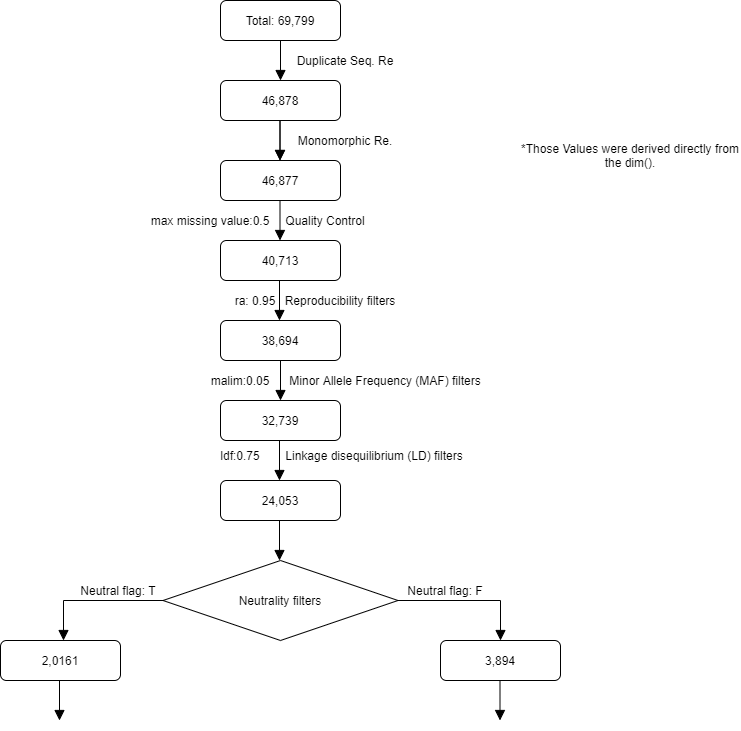
The draw.io diagram RESULTS/Diagram/Diagram_update.png in annabellisa/buffel_burning, before a commit. Source tidied: cells renumbered, new cells last; positions are measured from the earlier drawing's top-left corner, leaving out a move shared by most shapes.
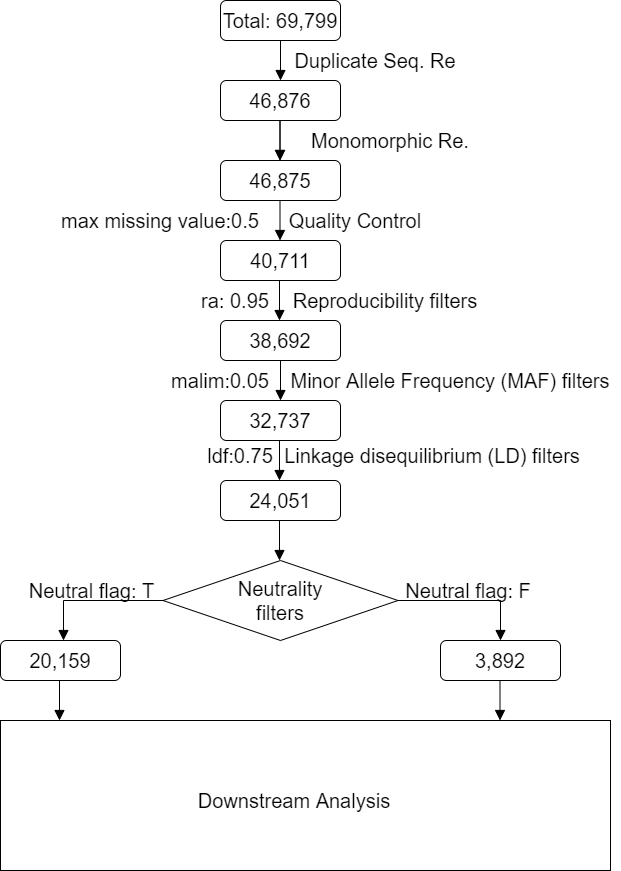
Above is the later version.

Diff of the diagram source:
```diff
@@ -2,97 +2,97 @@
   <root>
     <mxCell id="0" />
     <mxCell id="1" parent="0" />
-    <mxCell id="2" style="rounded=0;html=1;jettySize=auto;fontSize=11;endArrow=block;endFill=1;endSize=8;strokeWidth=1;shadow=0;labelBackgroundColor=none;edgeStyle=orthogonalEdgeStyle;entryX=0.5;entryY=0;entryDx=0;entryDy=0;" parent="1" edge="1" source="3" target="5">
+    <mxCell id="2" style="rounded=0;html=1;jettySize=auto;fontSize=20;endArrow=block;endFill=1;endSize=8;strokeWidth=1;shadow=0;labelBackgroundColor=none;edgeStyle=orthogonalEdgeStyle;entryX=0.5;entryY=0;entryDx=0;entryDy=0;" parent="1" edge="1" source="3" target="5">
       <mxGeometry relative="1" as="geometry" />
     </mxCell>
-    <mxCell id="3" value="Total: 69,799" style="rounded=1;whiteSpace=wrap;html=1;fontSize=12;glass=0;strokeWidth=1;shadow=0;" parent="1" vertex="1">
+    <mxCell id="3" value="Total: 69,799" style="rounded=1;whiteSpace=wrap;html=1;fontSize=20;glass=0;strokeWidth=1;shadow=0;" parent="1" vertex="1">
       <mxGeometry x="220" width="120" height="40" as="geometry" />
     </mxCell>
-    <mxCell id="4" value="46,877" style="rounded=1;whiteSpace=wrap;html=1;fontSize=12;glass=0;strokeWidth=1;shadow=0;" parent="1" vertex="1">
+    <mxCell id="4" value="46,875" style="rounded=1;whiteSpace=wrap;html=1;fontSize=20;glass=0;strokeWidth=1;shadow=0;" parent="1" vertex="1">
       <mxGeometry x="220" y="160" width="120" height="40" as="geometry" />
     </mxCell>
-    <mxCell id="5" value="46,878" style="rounded=1;whiteSpace=wrap;html=1;" parent="1" vertex="1">
+    <mxCell id="5" value="46,876" style="rounded=1;whiteSpace=wrap;html=1;strokeWidth=1;fontSize=20;" parent="1" vertex="1">
       <mxGeometry x="220" y="80" width="120" height="40" as="geometry" />
     </mxCell>
-    <mxCell id="6" value="Duplicate Seq. Re" style="text;html=1;strokeColor=none;fillColor=none;align=center;verticalAlign=middle;whiteSpace=wrap;rounded=0;" parent="1" vertex="1">
-      <mxGeometry x="290" y="50" width="110" height="20" as="geometry" />
+    <mxCell id="6" value="Duplicate Seq. Re" style="text;html=1;strokeColor=none;fillColor=none;align=center;verticalAlign=middle;whiteSpace=wrap;rounded=0;strokeWidth=1;fontSize=20;" parent="1" vertex="1">
+      <mxGeometry x="290" y="50" width="170" height="20" as="geometry" />
     </mxCell>
-    <mxCell id="7" style="rounded=0;html=1;jettySize=auto;orthogonalLoop=1;fontSize=11;endArrow=block;endFill=1;endSize=8;strokeWidth=1;shadow=0;labelBackgroundColor=none;edgeStyle=orthogonalEdgeStyle;entryX=0.5;entryY=0;entryDx=0;entryDy=0;" parent="1" edge="1">
+    <mxCell id="7" style="rounded=0;html=1;jettySize=auto;orthogonalLoop=1;fontSize=20;endArrow=block;endFill=1;endSize=8;strokeWidth=1;shadow=0;labelBackgroundColor=none;edgeStyle=orthogonalEdgeStyle;entryX=0.5;entryY=0;entryDx=0;entryDy=0;" parent="1" edge="1">
       <mxGeometry relative="1" as="geometry">
         <mxPoint x="279.5" y="120" as="sourcePoint" />
         <mxPoint x="279.5" y="160" as="targetPoint" />
       </mxGeometry>
     </mxCell>
-    <mxCell id="8" value="Monomorphic Re." style="text;html=1;strokeColor=none;fillColor=none;align=center;verticalAlign=middle;whiteSpace=wrap;rounded=0;" parent="1" vertex="1">
-      <mxGeometry x="290" y="130" width="110" height="20" as="geometry" />
+    <mxCell id="8" value="Monomorphic Re." style="text;html=1;strokeColor=none;fillColor=none;align=center;verticalAlign=middle;whiteSpace=wrap;rounded=0;strokeWidth=1;fontSize=20;" parent="1" vertex="1">
+      <mxGeometry x="290" y="130" width="200" height="20" as="geometry" />
     </mxCell>
-    <mxCell id="9" style="rounded=0;html=1;jettySize=auto;orthogonalLoop=1;fontSize=11;endArrow=block;endFill=1;endSize=8;strokeWidth=1;shadow=0;labelBackgroundColor=none;edgeStyle=orthogonalEdgeStyle;entryX=0.5;entryY=0;entryDx=0;entryDy=0;" parent="1" edge="1">
+    <mxCell id="9" style="rounded=0;html=1;jettySize=auto;orthogonalLoop=1;fontSize=20;endArrow=block;endFill=1;endSize=8;strokeWidth=1;shadow=0;labelBackgroundColor=none;edgeStyle=orthogonalEdgeStyle;entryX=0.5;entryY=0;entryDx=0;entryDy=0;" parent="1" edge="1">
       <mxGeometry relative="1" as="geometry">
         <mxPoint x="279.5" y="120" as="sourcePoint" />
         <mxPoint x="279.5" y="160" as="targetPoint" />
       </mxGeometry>
     </mxCell>
-    <mxCell id="10" style="rounded=0;html=1;jettySize=auto;orthogonalLoop=1;fontSize=11;endArrow=block;endFill=1;endSize=8;strokeWidth=1;shadow=0;labelBackgroundColor=none;edgeStyle=orthogonalEdgeStyle;entryX=0.5;entryY=0;entryDx=0;entryDy=0;" parent="1" edge="1">
+    <mxCell id="10" style="rounded=0;html=1;jettySize=auto;orthogonalLoop=1;fontSize=20;endArrow=block;endFill=1;endSize=8;strokeWidth=1;shadow=0;labelBackgroundColor=none;edgeStyle=orthogonalEdgeStyle;entryX=0.5;entryY=0;entryDx=0;entryDy=0;" parent="1" edge="1">
       <mxGeometry relative="1" as="geometry">
         <mxPoint x="279.5" y="200" as="sourcePoint" />
         <mxPoint x="279.5" y="240" as="targetPoint" />
       </mxGeometry>
     </mxCell>
-    <mxCell id="11" style="rounded=0;html=1;jettySize=auto;orthogonalLoop=1;fontSize=11;endArrow=block;endFill=1;endSize=8;strokeWidth=1;shadow=0;labelBackgroundColor=none;edgeStyle=orthogonalEdgeStyle;entryX=0.5;entryY=0;entryDx=0;entryDy=0;" parent="1" edge="1">
+    <mxCell id="11" style="rounded=0;html=1;jettySize=auto;orthogonalLoop=1;fontSize=20;endArrow=block;endFill=1;endSize=8;strokeWidth=1;shadow=0;labelBackgroundColor=none;edgeStyle=orthogonalEdgeStyle;entryX=0.5;entryY=0;entryDx=0;entryDy=0;" parent="1" edge="1">
       <mxGeometry relative="1" as="geometry">
         <mxPoint x="279" y="280" as="sourcePoint" />
         <mxPoint x="279" y="320" as="targetPoint" />
       </mxGeometry>
     </mxCell>
-    <mxCell id="12" style="rounded=0;html=1;jettySize=auto;orthogonalLoop=1;fontSize=11;endArrow=block;endFill=1;endSize=8;strokeWidth=1;shadow=0;labelBackgroundColor=none;edgeStyle=orthogonalEdgeStyle;" parent="1" edge="1">
+    <mxCell id="12" style="rounded=0;html=1;jettySize=auto;orthogonalLoop=1;fontSize=20;endArrow=block;endFill=1;endSize=8;strokeWidth=1;shadow=0;labelBackgroundColor=none;edgeStyle=orthogonalEdgeStyle;" parent="1" edge="1">
       <mxGeometry relative="1" as="geometry">
         <mxPoint x="280" y="360" as="sourcePoint" />
         <mxPoint x="280" y="400" as="targetPoint" />
       </mxGeometry>
     </mxCell>
-    <mxCell id="13" style="rounded=0;html=1;jettySize=auto;orthogonalLoop=1;fontSize=11;endArrow=block;endFill=1;endSize=8;strokeWidth=1;shadow=0;labelBackgroundColor=none;edgeStyle=orthogonalEdgeStyle;entryX=0.5;entryY=0;entryDx=0;entryDy=0;" parent="1" edge="1">
+    <mxCell id="13" style="rounded=0;html=1;jettySize=auto;orthogonalLoop=1;fontSize=20;endArrow=block;endFill=1;endSize=8;strokeWidth=1;shadow=0;labelBackgroundColor=none;edgeStyle=orthogonalEdgeStyle;entryX=0.5;entryY=0;entryDx=0;entryDy=0;" parent="1" edge="1">
       <mxGeometry relative="1" as="geometry">
         <mxPoint x="279" y="440" as="sourcePoint" />
         <mxPoint x="279" y="480" as="targetPoint" />
       </mxGeometry>
     </mxCell>
-    <mxCell id="14" style="rounded=0;html=1;jettySize=auto;orthogonalLoop=1;fontSize=11;endArrow=block;endFill=1;endSize=8;strokeWidth=1;shadow=0;labelBackgroundColor=none;edgeStyle=orthogonalEdgeStyle;entryX=0.5;entryY=0;entryDx=0;entryDy=0;" parent="1" edge="1">
+    <mxCell id="14" style="rounded=0;html=1;jettySize=auto;orthogonalLoop=1;fontSize=20;endArrow=block;endFill=1;endSize=8;strokeWidth=1;shadow=0;labelBackgroundColor=none;edgeStyle=orthogonalEdgeStyle;entryX=0.5;entryY=0;entryDx=0;entryDy=0;" parent="1" edge="1">
       <mxGeometry relative="1" as="geometry">
         <mxPoint x="279" y="520" as="sourcePoint" />
         <mxPoint x="279" y="560" as="targetPoint" />
       </mxGeometry>
     </mxCell>
-    <mxCell id="15" value="40,713" style="rounded=1;whiteSpace=wrap;html=1;fontSize=12;glass=0;strokeWidth=1;shadow=0;" parent="1" vertex="1">
+    <mxCell id="15" value="40,711" style="rounded=1;whiteSpace=wrap;html=1;fontSize=20;glass=0;strokeWidth=1;shadow=0;" parent="1" vertex="1">
       <mxGeometry x="220" y="240" width="120" height="40" as="geometry" />
     </mxCell>
-    <mxCell id="16" value="Quality Control" style="text;html=1;strokeColor=none;fillColor=none;align=center;verticalAlign=middle;whiteSpace=wrap;rounded=0;" parent="1" vertex="1">
-      <mxGeometry x="270" y="210" width="110" height="20" as="geometry" />
+    <mxCell id="16" value="Quality Control" style="text;html=1;strokeColor=none;fillColor=none;align=center;verticalAlign=middle;whiteSpace=wrap;rounded=0;strokeWidth=1;fontSize=20;" parent="1" vertex="1">
+      <mxGeometry x="270" y="210" width="170" height="20" as="geometry" />
     </mxCell>
-    <mxCell id="17" style="rhombus;whiteSpace=wrap;html=1;" parent="1" vertex="1">
+    <mxCell id="17" style="rhombus;whiteSpace=wrap;html=1;strokeWidth=1;fontSize=20;" parent="1" vertex="1">
       <mxGeometry x="162.5" y="560" width="235" height="80" as="geometry" />
     </mxCell>
-    <mxCell id="18" value="max missing value:0.5" style="text;html=1;strokeColor=none;fillColor=none;align=center;verticalAlign=middle;whiteSpace=wrap;rounded=0;" parent="1" vertex="1">
-      <mxGeometry x="140" y="210" width="140" height="20" as="geometry" />
+    <mxCell id="18" value="max missing value:0.5" style="text;html=1;strokeColor=none;fillColor=none;align=center;verticalAlign=middle;whiteSpace=wrap;rounded=0;strokeWidth=1;fontSize=20;" parent="1" vertex="1">
+      <mxGeometry x="40" y="210" width="240" height="20" as="geometry" />
     </mxCell>
-    <mxCell id="19" value="Reproducibility filters" style="text;html=1;strokeColor=none;fillColor=none;align=center;verticalAlign=middle;whiteSpace=wrap;rounded=0;" parent="1" vertex="1">
-      <mxGeometry x="280" y="290" width="120" height="20" as="geometry" />
+    <mxCell id="19" value="Reproducibility filters" style="text;html=1;strokeColor=none;fillColor=none;align=center;verticalAlign=middle;whiteSpace=wrap;rounded=0;strokeWidth=1;fontSize=20;" parent="1" vertex="1">
+      <mxGeometry x="250" y="290" width="270" height="20" as="geometry" />
     </mxCell>
-    <mxCell id="20" value="ra: 0.95" style="text;html=1;strokeColor=none;fillColor=none;align=center;verticalAlign=middle;whiteSpace=wrap;rounded=0;" parent="1" vertex="1">
-      <mxGeometry x="230" y="290" width="50" height="20" as="geometry" />
+    <mxCell id="20" value="ra: 0.95" style="text;html=1;strokeColor=none;fillColor=none;align=center;verticalAlign=middle;whiteSpace=wrap;rounded=0;strokeWidth=1;fontSize=20;" parent="1" vertex="1">
+      <mxGeometry x="190" y="290" width="90" height="20" as="geometry" />
     </mxCell>
-    <mxCell id="21" value="38,694" style="rounded=1;whiteSpace=wrap;html=1;fontSize=12;glass=0;strokeWidth=1;shadow=0;" parent="1" vertex="1">
+    <mxCell id="21" value="38,692" style="rounded=1;whiteSpace=wrap;html=1;fontSize=20;glass=0;strokeWidth=1;shadow=0;" parent="1" vertex="1">
       <mxGeometry x="220" y="320" width="120" height="40" as="geometry" />
     </mxCell>
-    <mxCell id="22" value="32,739" style="rounded=1;whiteSpace=wrap;html=1;fontSize=12;glass=0;strokeWidth=1;shadow=0;" parent="1" vertex="1">
+    <mxCell id="22" value="32,737" style="rounded=1;whiteSpace=wrap;html=1;fontSize=20;glass=0;strokeWidth=1;shadow=0;" parent="1" vertex="1">
       <mxGeometry x="220" y="400" width="120" height="40" as="geometry" />
     </mxCell>
-    <mxCell id="23" value="Minor Allele Frequency (MAF) filters" style="text;html=1;strokeColor=none;fillColor=none;align=center;verticalAlign=middle;whiteSpace=wrap;rounded=0;" parent="1" vertex="1">
-      <mxGeometry x="280" y="370" width="210" height="20" as="geometry" />
+    <mxCell id="23" value="Minor Allele Frequency (MAF) filters" style="text;html=1;strokeColor=none;fillColor=none;align=center;verticalAlign=middle;whiteSpace=wrap;rounded=0;strokeWidth=1;fontSize=20;" parent="1" vertex="1">
+      <mxGeometry x="280" y="370" width="340" height="20" as="geometry" />
     </mxCell>
-    <mxCell id="24" value="malim:0.05" style="text;html=1;strokeColor=none;fillColor=none;align=center;verticalAlign=middle;whiteSpace=wrap;rounded=0;" parent="1" vertex="1">
-      <mxGeometry x="200" y="370" width="80" height="20" as="geometry" />
+    <mxCell id="24" value="malim:0.05" style="text;html=1;strokeColor=none;fillColor=none;align=center;verticalAlign=middle;whiteSpace=wrap;rounded=0;strokeWidth=1;fontSize=20;" parent="1" vertex="1">
+      <mxGeometry x="180" y="370" width="80" height="20" as="geometry" />
     </mxCell>
-    <mxCell id="25" style="rounded=0;html=1;jettySize=auto;orthogonalLoop=1;fontSize=11;endArrow=block;endFill=1;endSize=8;strokeWidth=1;shadow=0;labelBackgroundColor=none;edgeStyle=orthogonalEdgeStyle;" parent="1" edge="1">
+    <mxCell id="25" style="rounded=0;html=1;jettySize=auto;orthogonalLoop=1;fontSize=20;endArrow=block;endFill=1;endSize=8;strokeWidth=1;shadow=0;labelBackgroundColor=none;edgeStyle=orthogonalEdgeStyle;" parent="1" edge="1">
       <mxGeometry relative="1" as="geometry">
         <mxPoint x="162.5" y="600" as="sourcePoint" />
         <mxPoint x="63" y="640" as="targetPoint" />
@@ -101,7 +101,7 @@
         </Array>
       </mxGeometry>
     </mxCell>
-    <mxCell id="26" style="rounded=0;html=1;jettySize=auto;fontSize=11;endArrow=block;endFill=1;endSize=8;strokeWidth=1;shadow=0;labelBackgroundColor=none;edgeStyle=orthogonalEdgeStyle;" parent="1" edge="1" source="17">
+    <mxCell id="26" style="rounded=0;html=1;jettySize=auto;fontSize=20;endArrow=block;endFill=1;endSize=8;strokeWidth=1;shadow=0;labelBackgroundColor=none;edgeStyle=orthogonalEdgeStyle;" parent="1" edge="1" source="17">
       <mxGeometry relative="1" as="geometry">
         <mxPoint x="500" y="640" as="targetPoint" />
         <Array as="points">
@@ -109,44 +109,47 @@
         </Array>
       </mxGeometry>
     </mxCell>
-    <mxCell id="27" style="rounded=0;html=1;jettySize=auto;orthogonalLoop=1;fontSize=11;endArrow=block;endFill=1;endSize=8;strokeWidth=1;shadow=0;labelBackgroundColor=none;edgeStyle=orthogonalEdgeStyle;entryX=0.5;entryY=0;entryDx=0;entryDy=0;" parent="1" edge="1">
+    <mxCell id="27" style="rounded=0;html=1;jettySize=auto;orthogonalLoop=1;fontSize=20;endArrow=block;endFill=1;endSize=8;strokeWidth=1;shadow=0;labelBackgroundColor=none;edgeStyle=orthogonalEdgeStyle;entryX=0.5;entryY=0;entryDx=0;entryDy=0;" parent="1" edge="1">
       <mxGeometry relative="1" as="geometry">
         <mxPoint x="499.5" y="680" as="sourcePoint" />
         <mxPoint x="499.5" y="720" as="targetPoint" />
       </mxGeometry>
     </mxCell>
-    <mxCell id="28" style="rounded=0;html=1;jettySize=auto;orthogonalLoop=1;fontSize=11;endArrow=block;endFill=1;endSize=8;strokeWidth=1;shadow=0;labelBackgroundColor=none;edgeStyle=orthogonalEdgeStyle;entryX=0.5;entryY=0;entryDx=0;entryDy=0;" parent="1" edge="1">
+    <mxCell id="28" style="rounded=0;html=1;jettySize=auto;orthogonalLoop=1;fontSize=20;endArrow=block;endFill=1;endSize=8;strokeWidth=1;shadow=0;labelBackgroundColor=none;edgeStyle=orthogonalEdgeStyle;entryX=0.5;entryY=0;entryDx=0;entryDy=0;" parent="1" edge="1">
       <mxGeometry relative="1" as="geometry">
         <mxPoint x="59" y="680" as="sourcePoint" />
         <mxPoint x="59" y="720" as="targetPoint" />
       </mxGeometry>
     </mxCell>
-    <mxCell id="29" value="Linkage disequilibrium (LD) filters" style="text;html=1;strokeColor=none;fillColor=none;align=center;verticalAlign=middle;whiteSpace=wrap;rounded=0;" parent="1" vertex="1">
-      <mxGeometry x="274" y="430" width="200" height="50" as="geometry" />
+    <mxCell id="29" value="Linkage disequilibrium (LD) filters" style="text;html=1;strokeColor=none;fillColor=none;align=center;verticalAlign=middle;whiteSpace=wrap;rounded=0;strokeWidth=1;fontSize=20;" parent="1" vertex="1">
+      <mxGeometry x="274" y="430" width="316" height="50" as="geometry" />
     </mxCell>
-    <mxCell id="30" value="24,053" style="rounded=1;whiteSpace=wrap;html=1;fontSize=12;glass=0;strokeWidth=1;shadow=0;" parent="1" vertex="1">
+    <mxCell id="30" value="24,051" style="rounded=1;whiteSpace=wrap;html=1;fontSize=20;glass=0;strokeWidth=1;shadow=0;" parent="1" vertex="1">
       <mxGeometry x="220" y="480" width="120" height="40" as="geometry" />
     </mxCell>
-    <mxCell id="31" value="ldf:0.75" style="text;html=1;strokeColor=none;fillColor=none;align=center;verticalAlign=middle;whiteSpace=wrap;rounded=0;" parent="1" vertex="1">
+    <mxCell id="31" value="ldf:0.75" style="text;html=1;strokeColor=none;fillColor=none;align=center;verticalAlign=middle;whiteSpace=wrap;rounded=0;strokeWidth=1;fontSize=20;" parent="1" vertex="1">
       <mxGeometry x="200" y="445" width="80" height="20" as="geometry" />
     </mxCell>
-    <mxCell id="32" value="Neutrality filters" style="text;html=1;strokeColor=none;fillColor=none;align=center;verticalAlign=middle;whiteSpace=wrap;rounded=0;" parent="1" vertex="1">
+    <mxCell id="32" value="Neutrality filters" style="text;html=1;strokeColor=none;fillColor=none;align=center;verticalAlign=middle;whiteSpace=wrap;rounded=0;strokeWidth=1;fontSize=20;" parent="1" vertex="1">
       <mxGeometry x="225" y="585" width="110" height="30" as="geometry" />
     </mxCell>
-    <mxCell id="33" value="Neutral flag: T" style="text;html=1;strokeColor=none;fillColor=none;align=center;verticalAlign=middle;whiteSpace=wrap;rounded=0;" parent="1" vertex="1">
-      <mxGeometry x="72.5" y="580" width="90" height="20" as="geometry" />
+    <mxCell id="33" value="Neutral flag: T" style="text;html=1;strokeColor=none;fillColor=none;align=center;verticalAlign=middle;whiteSpace=wrap;rounded=0;strokeWidth=1;fontSize=20;" parent="1" vertex="1">
+      <mxGeometry x="20" y="580" width="142.5" height="20" as="geometry" />
     </mxCell>
-    <mxCell id="34" value="Neutral flag: F" style="text;html=1;strokeColor=none;fillColor=none;align=center;verticalAlign=middle;whiteSpace=wrap;rounded=0;" parent="1" vertex="1">
-      <mxGeometry x="400" y="580" width="90" height="20" as="geometry" />
+    <mxCell id="34" value="Neutral flag: F" style="text;html=1;strokeColor=none;fillColor=none;align=center;verticalAlign=middle;whiteSpace=wrap;rounded=0;strokeWidth=1;fontSize=20;" parent="1" vertex="1">
+      <mxGeometry x="397.5" y="580" width="140" height="20" as="geometry" />
     </mxCell>
-    <mxCell id="35" value="2,0161" style="rounded=1;whiteSpace=wrap;html=1;fontSize=12;glass=0;strokeWidth=1;shadow=0;" parent="1" vertex="1">
+    <mxCell id="35" value="20,159" style="rounded=1;whiteSpace=wrap;html=1;fontSize=20;glass=0;strokeWidth=1;shadow=0;" parent="1" vertex="1">
       <mxGeometry y="640" width="120" height="40" as="geometry" />
     </mxCell>
-    <mxCell id="36" value="3,894" style="rounded=1;whiteSpace=wrap;html=1;fontSize=12;glass=0;strokeWidth=1;shadow=0;" parent="1" vertex="1">
+    <mxCell id="36" value="3,892" style="rounded=1;whiteSpace=wrap;html=1;fontSize=20;glass=0;strokeWidth=1;shadow=0;" parent="1" vertex="1">
       <mxGeometry x="440" y="640" width="120" height="40" as="geometry" />
     </mxCell>
-    <mxCell id="37" value="*Those Values were derived directly from the dim()." style="text;html=1;strokeColor=none;fillColor=none;align=center;verticalAlign=middle;whiteSpace=wrap;rounded=0;" parent="1" vertex="1">
-      <mxGeometry x="520" y="100" width="220" height="110" as="geometry" />
-    </mxCell>
+    <mxCell id="38" style="rounded=0;whiteSpace=wrap;html=1;strokeWidth=1;fontSize=20;" parent="1" vertex="1">
+      <mxGeometry y="720" width="610" height="150" as="geometry" />
+    </mxCell>
+    <mxCell id="39" value="Downstream Analysis" style="text;html=1;strokeColor=none;fillColor=none;align=center;verticalAlign=middle;whiteSpace=wrap;rounded=0;fontSize=20;" parent="1" vertex="1">
+      <mxGeometry x="114" y="770" width="360" height="60" as="geometry" />
+    </mxCell>
   </root>
 </mxGraphModel>
```
